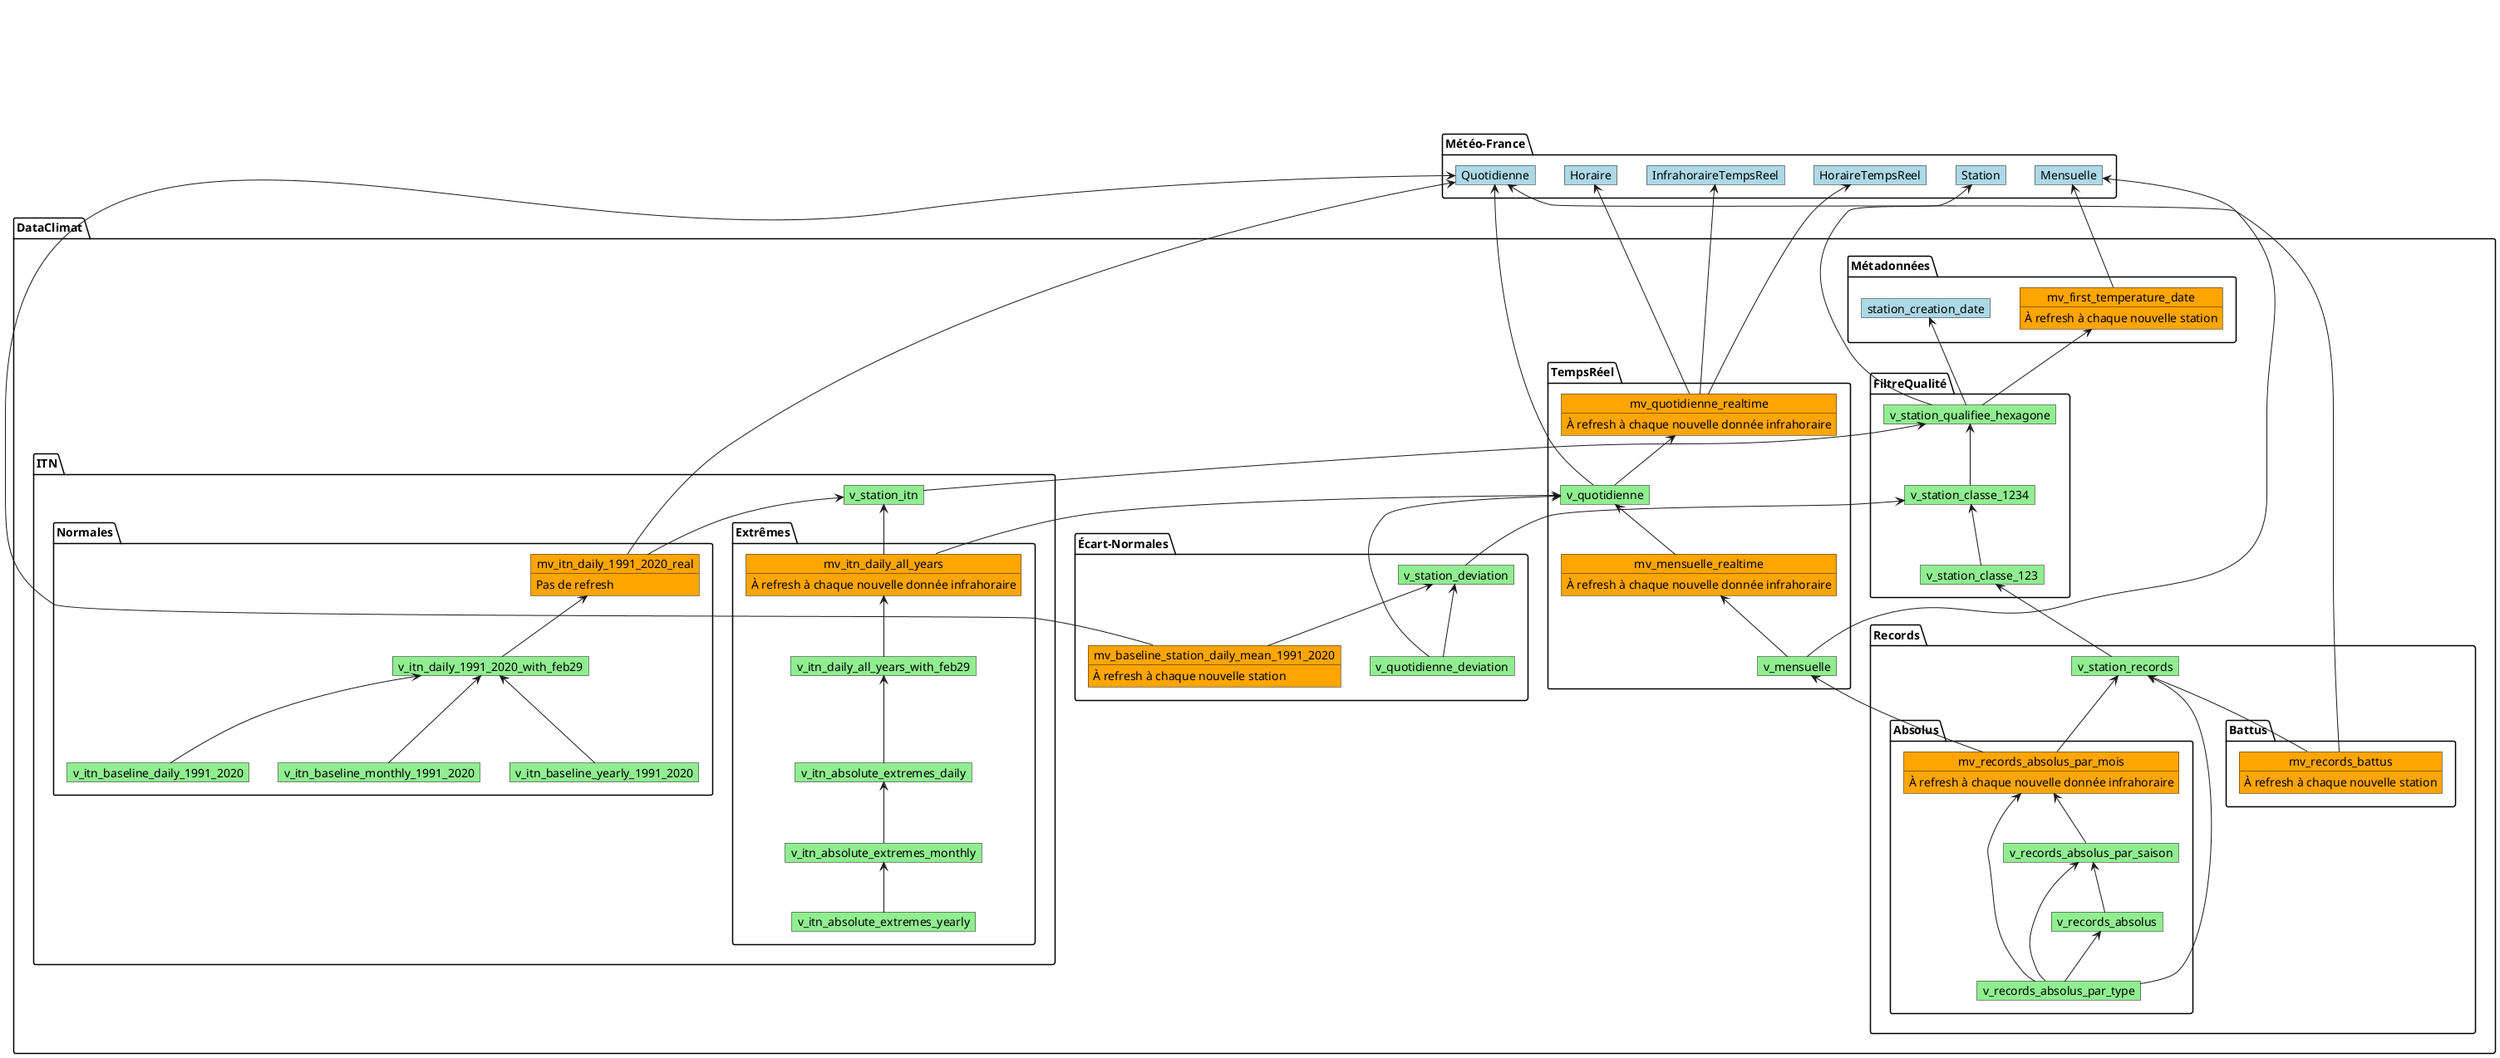
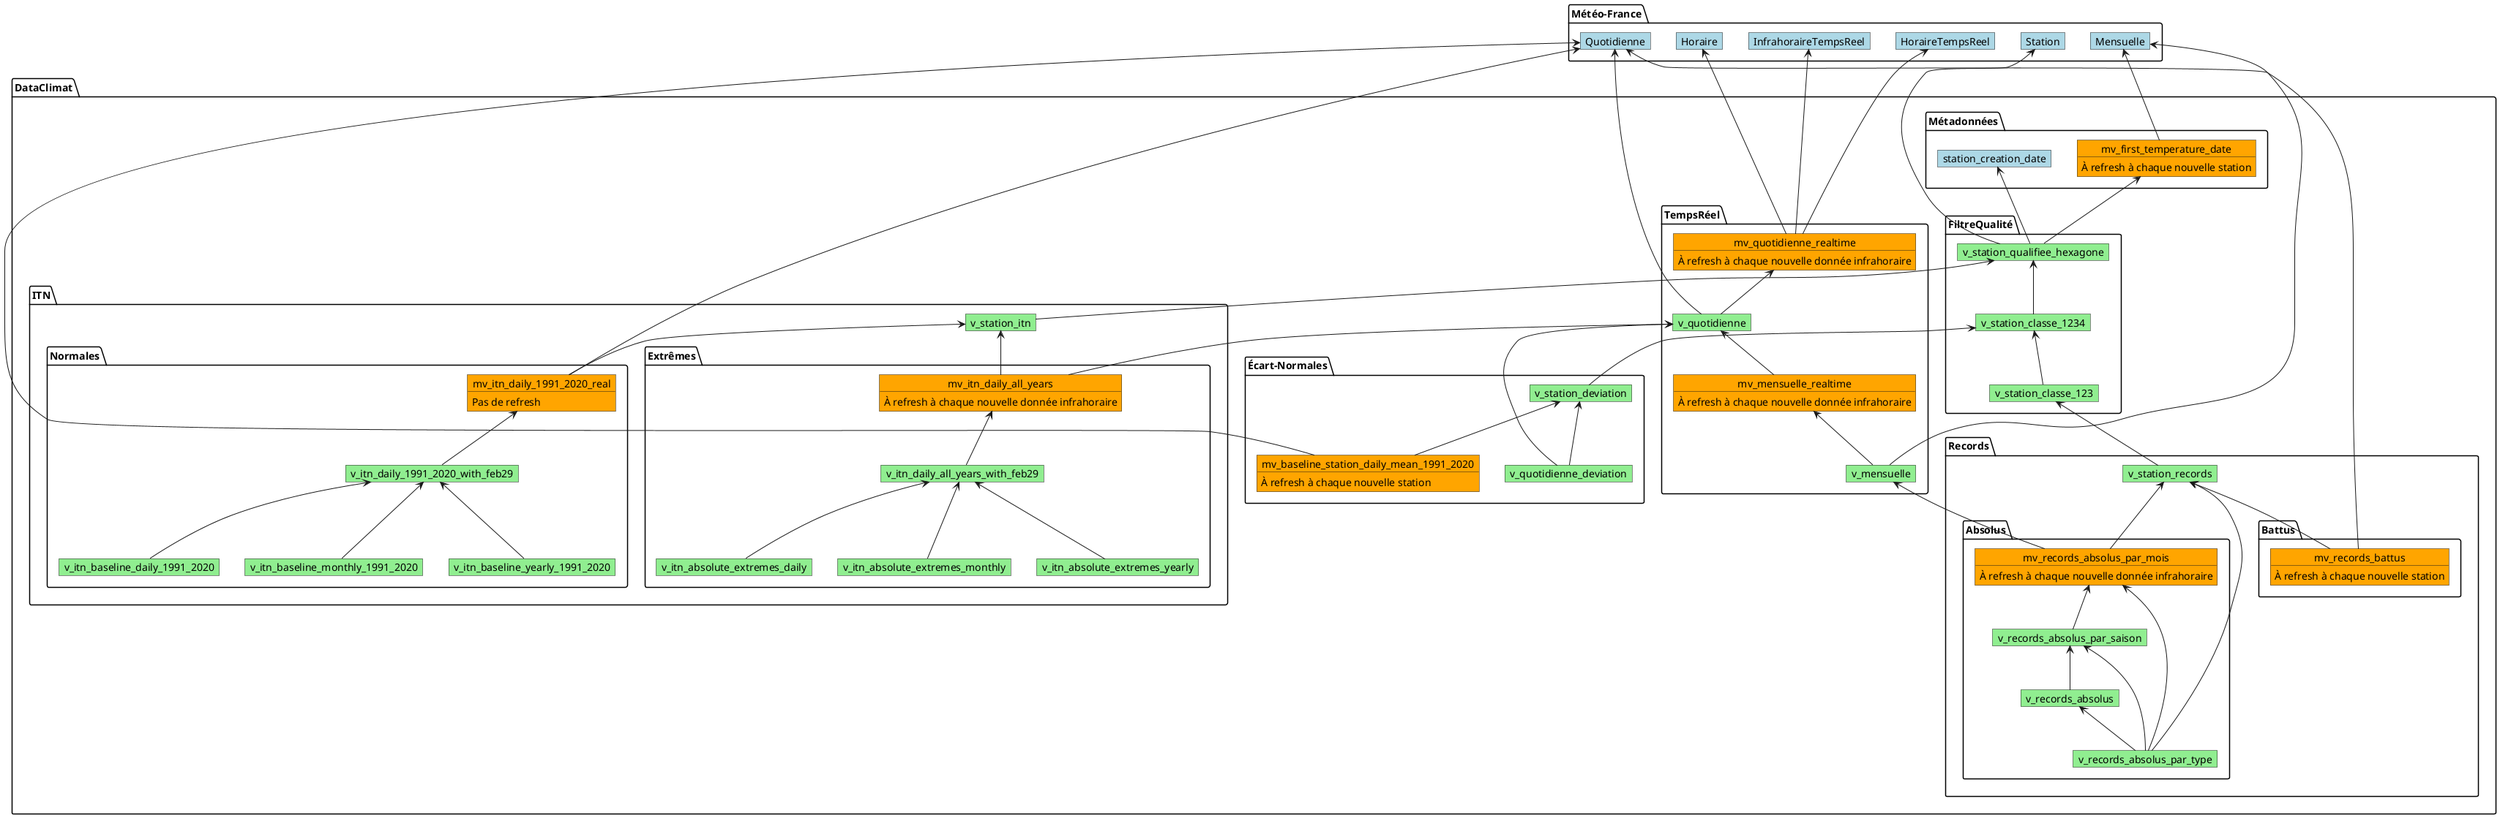
@startuml

hide empty members

package Météo-France {
    object Station #lightblue
    object InfrahoraireTempsReel #lightblue
    object HoraireTempsReel #lightblue
    object Horaire #lightblue
    object Quotidienne #lightblue
    object Mensuelle #lightblue
}

package DataClimat {
}

package DataClimat.Métadonnées {
    object station_creation_date #lightblue
    object mv_first_temperature_date #orange
    mv_first_temperature_date : À refresh à chaque nouvelle station

    Mensuelle <-- mv_first_temperature_date
}

package DataClimat.TempsRéel {
    object mv_quotidienne_realtime #orange
    object v_quotidienne #lightgreen
    object mv_mensuelle_realtime #orange
    object v_mensuelle #lightgreen

    mv_quotidienne_realtime : À refresh à chaque nouvelle donnée infrahoraire
    mv_mensuelle_realtime : À refresh à chaque nouvelle donnée infrahoraire

    InfrahoraireTempsReel <-- mv_quotidienne_realtime
    HoraireTempsReel <-- mv_quotidienne_realtime
    Horaire <-- mv_quotidienne_realtime

    mv_quotidienne_realtime <-- v_quotidienne
    Quotidienne <-- v_quotidienne

    v_quotidienne <-- mv_mensuelle_realtime

    mv_mensuelle_realtime <-- v_mensuelle
    Mensuelle <-- v_mensuelle
}

package DataClimat.FiltreQualité {
    object v_station_qualifiee_hexagone #lightgreen
    object v_station_classe_1234 #lightgreen
    object v_station_classe_123 #lightgreen

    mv_first_temperature_date <-- v_station_qualifiee_hexagone
    station_creation_date <-- v_station_qualifiee_hexagone
    Station <-- v_station_qualifiee_hexagone

    v_station_qualifiee_hexagone <-- v_station_classe_1234
    v_station_classe_1234 <-- v_station_classe_123
}

package DataClimat.ITN {
    object v_station_itn #lightgreen

    v_station_qualifiee_hexagone <-- v_station_itn
}

package DataClimat.ITN.Normales {
    object mv_itn_daily_1991_2020_real #orange
    object v_itn_daily_1991_2020_with_feb29 #lightgreen
    object v_itn_baseline_daily_1991_2020 #lightgreen
    object v_itn_baseline_monthly_1991_2020 #lightgreen
    object v_itn_baseline_yearly_1991_2020 #lightgreen

    mv_itn_daily_1991_2020_real : Pas de refresh

    v_station_itn <-- mv_itn_daily_1991_2020_real
    Quotidienne <-- mv_itn_daily_1991_2020_real

    mv_itn_daily_1991_2020_real <-- v_itn_daily_1991_2020_with_feb29
    v_itn_daily_1991_2020_with_feb29 <-- v_itn_baseline_daily_1991_2020
    v_itn_daily_1991_2020_with_feb29 <-- v_itn_baseline_monthly_1991_2020
    v_itn_daily_1991_2020_with_feb29 <-- v_itn_baseline_yearly_1991_2020
}

package DataClimat.ITN.Extrêmes {
    object mv_itn_daily_all_years #orange
    object v_itn_daily_all_years_with_feb29 #lightgreen
    object v_itn_absolute_extremes_daily #lightgreen
    object v_itn_absolute_extremes_monthly #lightgreen
    object v_itn_absolute_extremes_yearly #lightgreen

    mv_itn_daily_all_years : À refresh à chaque nouvelle donnée infrahoraire

    v_station_itn <-- mv_itn_daily_all_years
    v_quotidienne <-- mv_itn_daily_all_years

    mv_itn_daily_all_years <-- v_itn_daily_all_years_with_feb29
    v_itn_daily_all_years_with_feb29 <-- v_itn_absolute_extremes_daily
-     v_itn_absolute_extremes_daily <-- v_itn_absolute_extremes_monthly
-     v_itn_absolute_extremes_monthly <-- v_itn_absolute_extremes_yearly
+     v_itn_daily_all_years_with_feb29 <-- v_itn_absolute_extremes_monthly
+     v_itn_daily_all_years_with_feb29 <-- v_itn_absolute_extremes_yearly
}

package DataClimat.Écart-Normales {
    object v_station_deviation #lightgreen
    object v_quotidienne_deviation #lightgreen
    object mv_baseline_station_daily_mean_1991_2020 #orange

    mv_baseline_station_daily_mean_1991_2020 : À refresh à chaque nouvelle station

    v_station_classe_1234 <-- v_station_deviation

    v_station_deviation <-- mv_baseline_station_daily_mean_1991_2020
    Quotidienne <-- mv_baseline_station_daily_mean_1991_2020

    v_station_deviation <-- v_quotidienne_deviation
    v_quotidienne <-- v_quotidienne_deviation
}

package DataClimat.Records {
    object v_station_records #lightgreen

    v_station_classe_123 <-- v_station_records
}

package DataClimat.Records.Battus {
    object mv_records_battus #orange

    mv_records_battus : À refresh à chaque nouvelle station

    v_station_records <-- mv_records_battus
    Quotidienne <-- mv_records_battus
}

package DataClimat.Records.Absolus {
    object mv_records_absolus_par_mois #orange
    object v_records_absolus_par_saison #lightgreen
    object v_records_absolus #lightgreen
    object v_records_absolus_par_type #lightgreen

    mv_records_absolus_par_mois : À refresh à chaque nouvelle donnée infrahoraire

    v_station_records <-- mv_records_absolus_par_mois
    v_mensuelle <-- mv_records_absolus_par_mois
    mv_records_absolus_par_mois <-- v_records_absolus_par_saison
    v_records_absolus_par_saison <-- v_records_absolus

    v_station_records <-- v_records_absolus_par_type
    mv_records_absolus_par_mois <-- v_records_absolus_par_type
    v_records_absolus_par_saison <-- v_records_absolus_par_type
    v_records_absolus <-- v_records_absolus_par_type
}

@enduml
